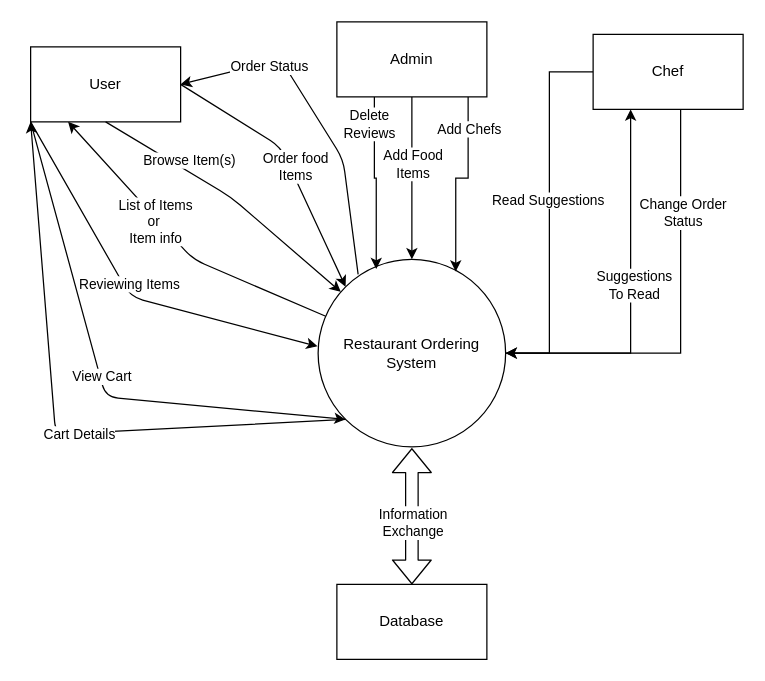
This is assets/context.drawio from ashawe/Restaurant-Ordering-System, a draw.io file, before an edit. Source tidied: cells renumbered, new cells numbered last; positions are measured from the earlier drawing's top-left corner, leaving out a move shared by most shapes. Both pictures are drawn from the tidied source at 125%, with x=0, y=0 at pixel (30, 21).
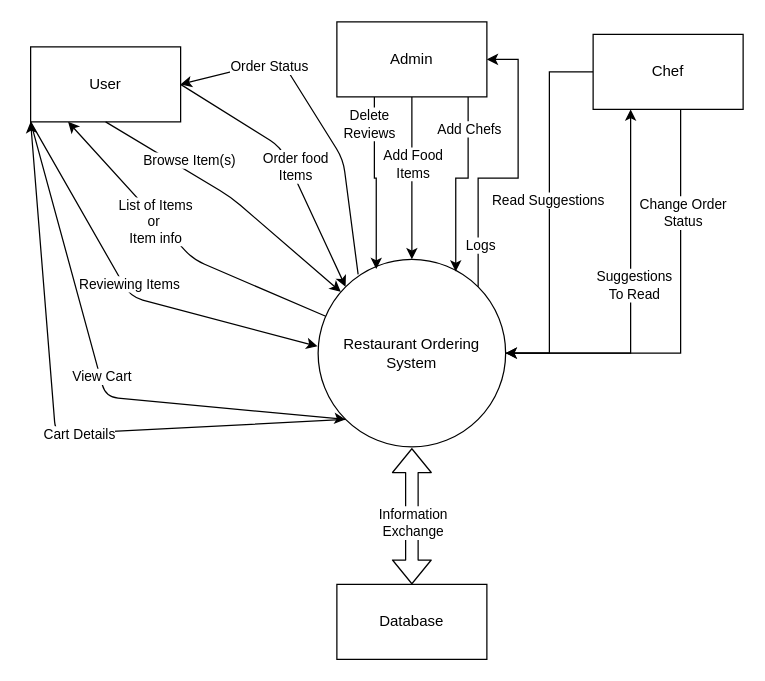
After the change.

The change refers to these unchanged cells:
```xml
<mxCell id="4" value="Restaurant Ordering System" style="ellipse;whiteSpace=wrap;html=1;" parent="1" vertex="1">
  <mxGeometry x="230" y="190" width="150" height="150" as="geometry" />
</mxCell>
<mxCell id="12" value="Admin" style="rounded=0;whiteSpace=wrap;html=1;" parent="1" vertex="1">
  <mxGeometry x="245" width="120" height="60" as="geometry" />
</mxCell>
```

What changed in the source:
```diff
@@
+    <mxCell id="35" style="edgeStyle=orthogonalEdgeStyle;rounded=0;jettySize=auto;html=1;entryX=1;entryY=0;entryDx=0;entryDy=0;strokeColor=#000000;endArrow=none;endFill=0;startArrow=classic;startFill=1;" parent="1" edge="1" source="12" target="4">
+      <mxGeometry relative="1" as="geometry">
+        <Array as="points">
+          <mxPoint x="390" y="30" />
+          <mxPoint x="390" y="125" />
+          <mxPoint x="358" y="125" />
+        </Array>
+      </mxGeometry>
+    </mxCell>
+    <mxCell id="36" value="Logs" style="edgeLabel;html=1;align=center;verticalAlign=middle;" parent="35" vertex="1">
+      <mxGeometry x="0.72" y="1" relative="1" as="geometry" />
+    </mxCell>
```
